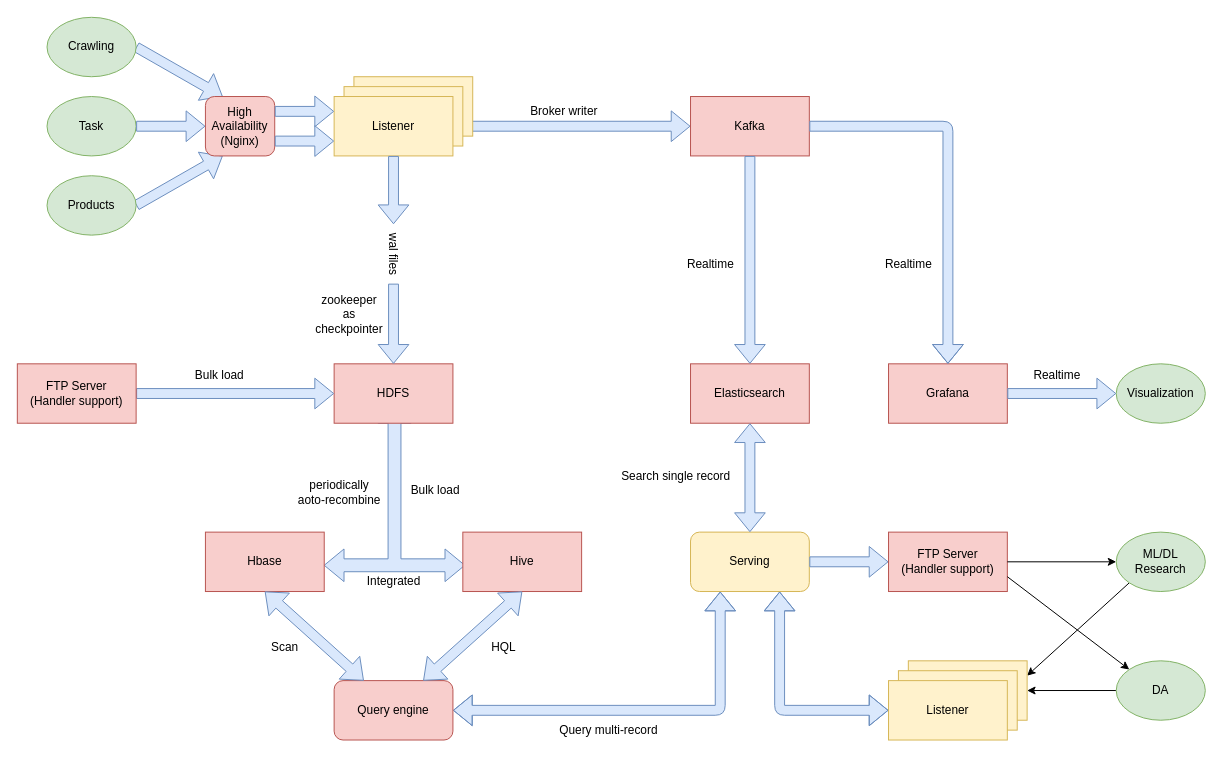
sondn98/Data-warehouse keeps this draw.io diagram as design/data_warehouse.drawio. Above is the earlier version. Source tidied: cells renumbered, new cells numbered last; positions are measured from the earlier drawing's top-left corner, leaving out a move shared by most shapes. Both pictures are drawn from the tidied source at 99%, with x=0, y=0 at pixel (17, 17).
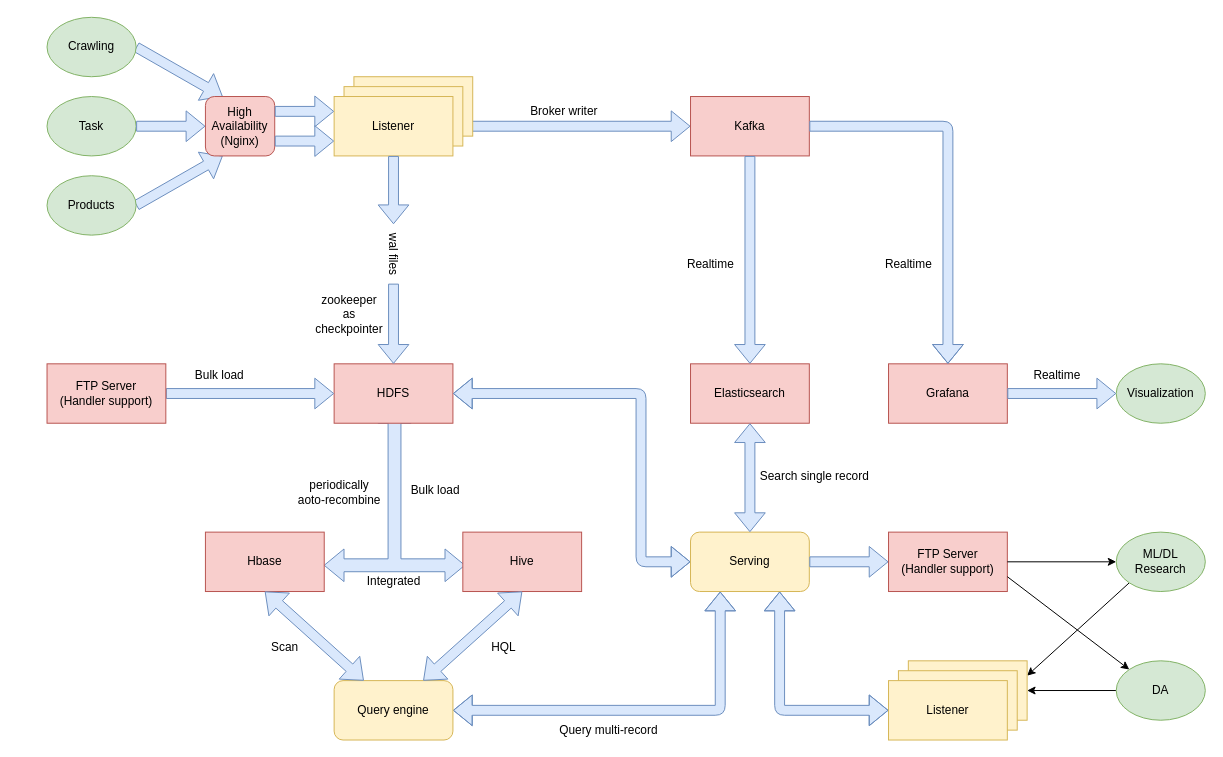
The same page after the edit.

The change refers to these unchanged cells:
```xml
<mxCell id="12" value="HDFS" style="rounded=0;whiteSpace=wrap;html=1;fillColor=#f8cecc;strokeColor=#b85450;" parent="1" vertex="1">
  <mxGeometry x="320" y="350" width="120" height="60" as="geometry" />
</mxCell>
<mxCell id="17" value="Serving" style="rounded=1;whiteSpace=wrap;html=1;fillColor=#fff2cc;strokeColor=#d6b656;" parent="1" vertex="1">
  <mxGeometry x="680" y="520" width="120" height="60" as="geometry" />
</mxCell>
```

Change to the diagram source:
```diff
@@
-    <mxCell id="27" value="Query engine" style="rounded=1;whiteSpace=wrap;html=1;fillColor=#f8cecc;strokeColor=#b85450;" parent="1" vertex="1">
+    <mxCell id="27" value="Query engine" style="rounded=1;whiteSpace=wrap;html=1;fillColor=#fff2cc;strokeColor=#d6b656;" parent="1" vertex="1">
       <mxGeometry x="320" y="670" width="120" height="60" as="geometry" />
     </mxCell>
@@
     <mxCell id="34" value="Search single record" style="text;html=1;align=center;verticalAlign=middle;" parent="1" vertex="1">
-      <mxGeometry x="600" y="454" width="130" height="20" as="geometry" />
+      <mxGeometry x="740" y="454" width="130" height="20" as="geometry" />
     </mxCell>
@@
     <mxCell id="60" value="FTP Server&lt;br&gt;(Handler support)" style="rounded=0;whiteSpace=wrap;html=1;fillColor=#f8cecc;strokeColor=#b85450;" parent="1" vertex="1">
-      <mxGeometry y="350" width="120" height="60" as="geometry" />
+      <mxGeometry x="30" y="350" width="120" height="60" as="geometry" />
     </mxCell>
@@
+    <mxCell id="62" style="shape=flexArrow;endArrow=classic;startArrow=classic;html=1;exitX=1;exitY=0.5;exitDx=0;exitDy=0;entryX=0;entryY=0.5;entryDx=0;entryDy=0;fillColor=#dae8fc;strokeColor=#6c8ebf;" parent="1" edge="1" source="12" target="17">
+      <mxGeometry relative="1" as="geometry">
+        <Array as="points">
+          <mxPoint x="630" y="380" />
+          <mxPoint x="630" y="550" />
+        </Array>
+      </mxGeometry>
+    </mxCell>
```
